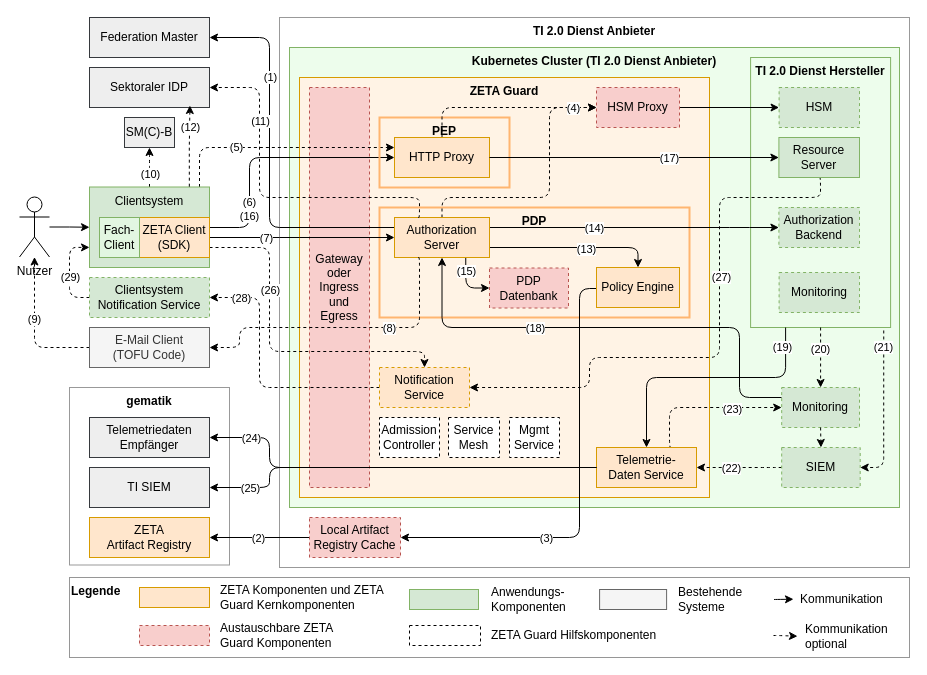
Above: src/drawio/Zero-Trust-Architektur.drawio in gematik/zeta (draw.io), before the change. Source tidied: cells renumbered, new cells numbered last; positions are measured from the earlier drawing's top-left corner, leaving out a move shared by most shapes. Both pictures are drawn from the tidied source at 100%, with x=0, y=0 at pixel (19, 17).
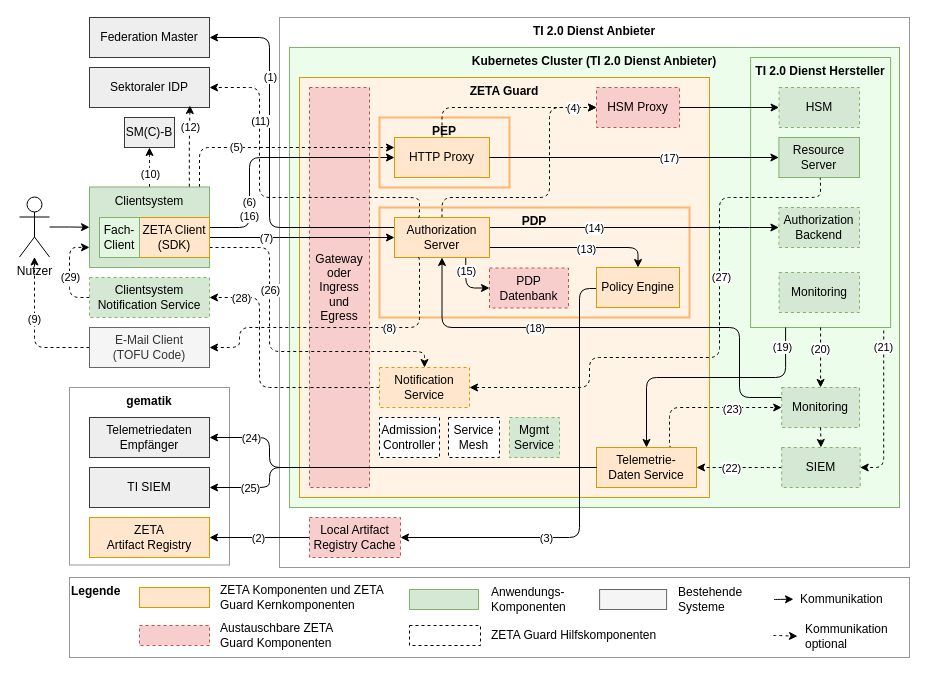
The same diagram, later.

Commit message:
style: Adjust diagram canvas offset and apply fill/stroke colors to the Mgmt Service element.

The edit, as a diff of the source:
```diff
@@
-    <mxCell id="35" value="Mgmt&lt;div&gt;Service&lt;/div&gt;" style="rounded=0;whiteSpace=wrap;html=1;dashed=1;" parent="1" vertex="1">
+    <mxCell id="35" value="Mgmt&lt;div&gt;Service&lt;/div&gt;" style="rounded=0;whiteSpace=wrap;html=1;dashed=1;fillColor=#d5e8d4;strokeColor=#82b366;" parent="1" vertex="1">
       <mxGeometry x="490" y="400" width="50" height="40" as="geometry" />
     </mxCell>
```
